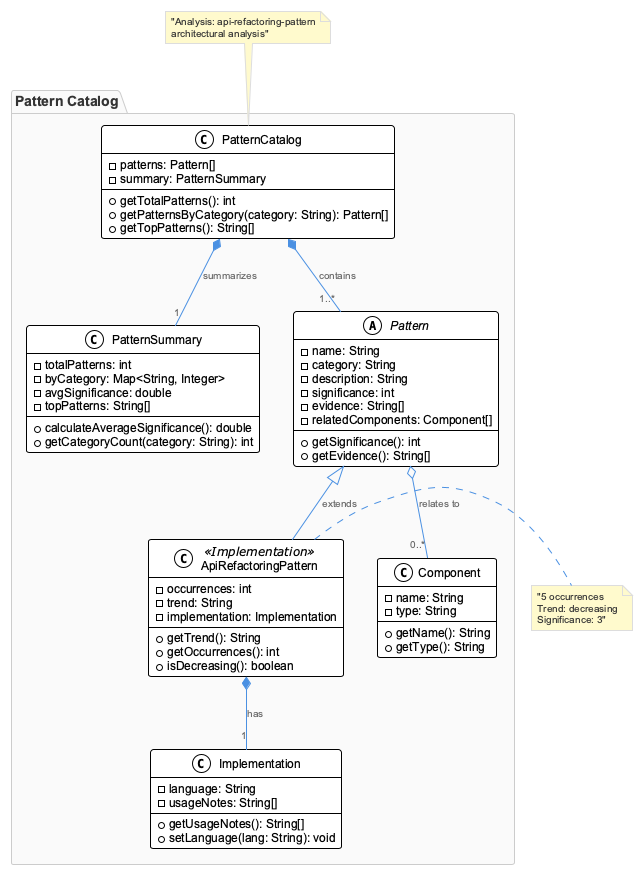
Before: knowledge-management/insights/images/api-refactoring-pattern-class.png, a diagram exported from PlantUML (fwornle/coding).
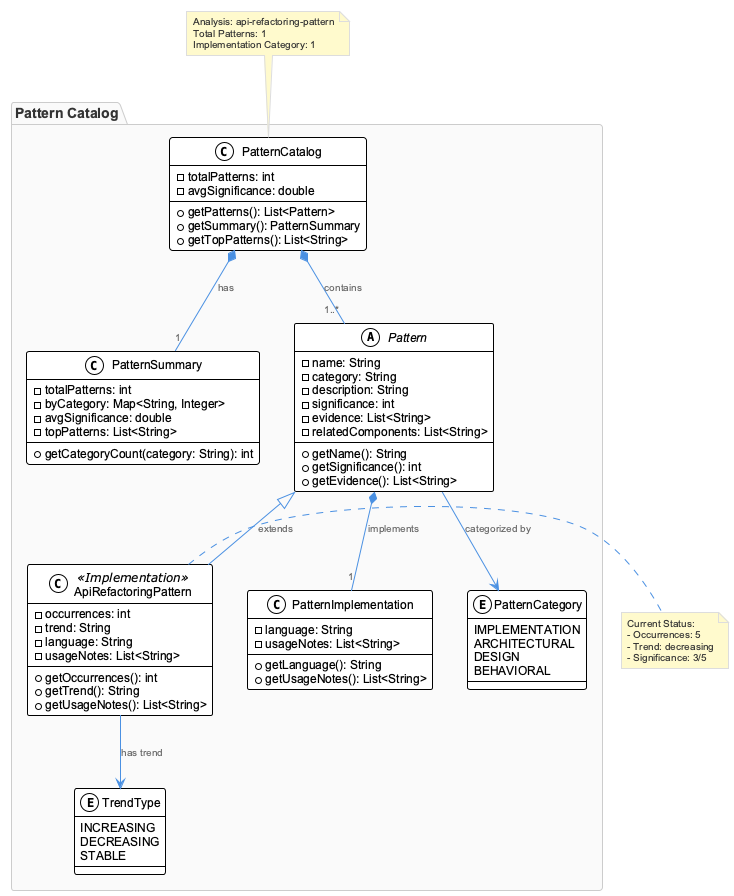
After the change.

What changed in the source:
```diff
@@ -3,19 +3,18 @@
 
 package "Pattern Catalog" {
     class PatternCatalog {
-        -patterns: Pattern[]
-        -summary: PatternSummary
-        +getTotalPatterns(): int
-        +getPatternsByCategory(category: String): Pattern[]
-        +getTopPatterns(): String[]
+        -totalPatterns: int
+        -avgSignificance: double
+        +getPatterns(): List<Pattern>
+        +getSummary(): PatternSummary
+        +getTopPatterns(): List<String>
     }
 
     class PatternSummary {
         -totalPatterns: int
         -byCategory: Map<String, Integer>
         -avgSignificance: double
-        -topPatterns: String[]
-        +calculateAverageSignificance(): double
+        -topPatterns: List<String>
         +getCategoryCount(category: String): int
     }
 
@@ -24,43 +23,62 @@
         -category: String
         -description: String
         -significance: int
-        -evidence: String[]
-        -relatedComponents: Component[]
+        -evidence: List<String>
+        -relatedComponents: List<String>
+        +getName(): String
         +getSignificance(): int
-        +getEvidence(): String[]
+        +getEvidence(): List<String>
     }
 
     class ApiRefactoringPattern <<Implementation>> {
         -occurrences: int
         -trend: String
-        -implementation: Implementation
+        -language: String
+        -usageNotes: List<String>
+        +getOccurrences(): int
         +getTrend(): String
-        +getOccurrences(): int
-        +isDecreasing(): boolean
+        +getUsageNotes(): List<String>
     }
 
-    class Implementation {
+    class PatternImplementation {
         -language: String
-        -usageNotes: String[]
-        +getUsageNotes(): String[]
-        +setLanguage(lang: String): void
+        -usageNotes: List<String>
+        +getLanguage(): String
+        +getUsageNotes(): List<String>
     }
 
-    class Component {
-        -name: String
-        -type: String
-        +getName(): String
-        +getType(): String
+    enum PatternCategory {
+        IMPLEMENTATION
+        ARCHITECTURAL
+        DESIGN
+        BEHAVIORAL
+    }
+
+    enum TrendType {
+        INCREASING
+        DECREASING
+        STABLE
     }
 }
 
 PatternCatalog *-- "1..*" Pattern : contains
-PatternCatalog *-- "1" PatternSummary : summarizes
+PatternCatalog *-- "1" PatternSummary : has
 Pattern <|-- ApiRefactoringPattern : extends
-ApiRefactoringPattern *-- "1" Implementation : has
-Pattern o-- "0..*" Component : relates to
+Pattern *-- "1" PatternImplementation : implements
+Pattern --> PatternCategory : categorized by
+ApiRefactoringPattern --> TrendType : has trend
 
-note right of ApiRefactoringPattern : "5 occurrences\nTrend: decreasing\nSignificance: 3"
-note top of PatternCatalog : "Analysis: api-refactoring-pattern\narchitectural analysis"
+note right of ApiRefactoringPattern
+  Current Status:
+  - Occurrences: 5
+  - Trend: decreasing
+  - Significance: 3/5
+end note
+
+note top of PatternCatalog
+  Analysis: api-refactoring-pattern
+  Total Patterns: 1
+  Implementation Category: 1
+end note
 
 @enduml
```
